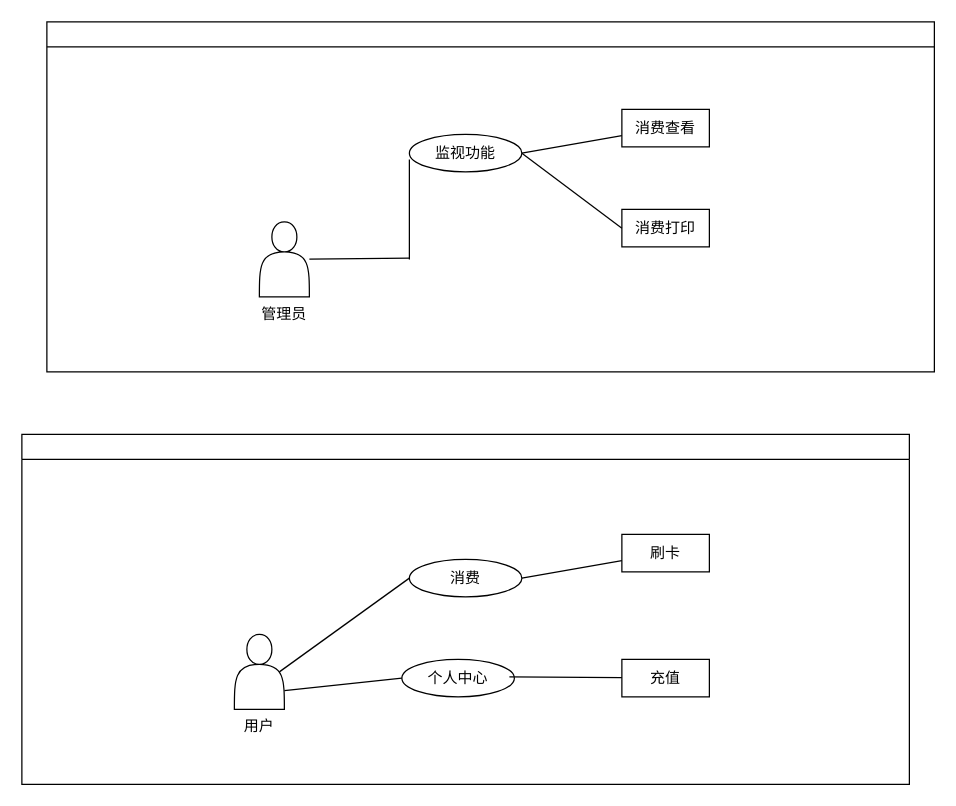
Above: 用例图.drawio in wdnb/UML (draw.io), before the change. Source tidied: cells renumbered, new cells numbered last; positions are measured from the earlier drawing's top-left corner, leaving out a move shared by most shapes. Both pictures are drawn from the tidied source at 125%, with x=0, y=0 at pixel (21, 21).
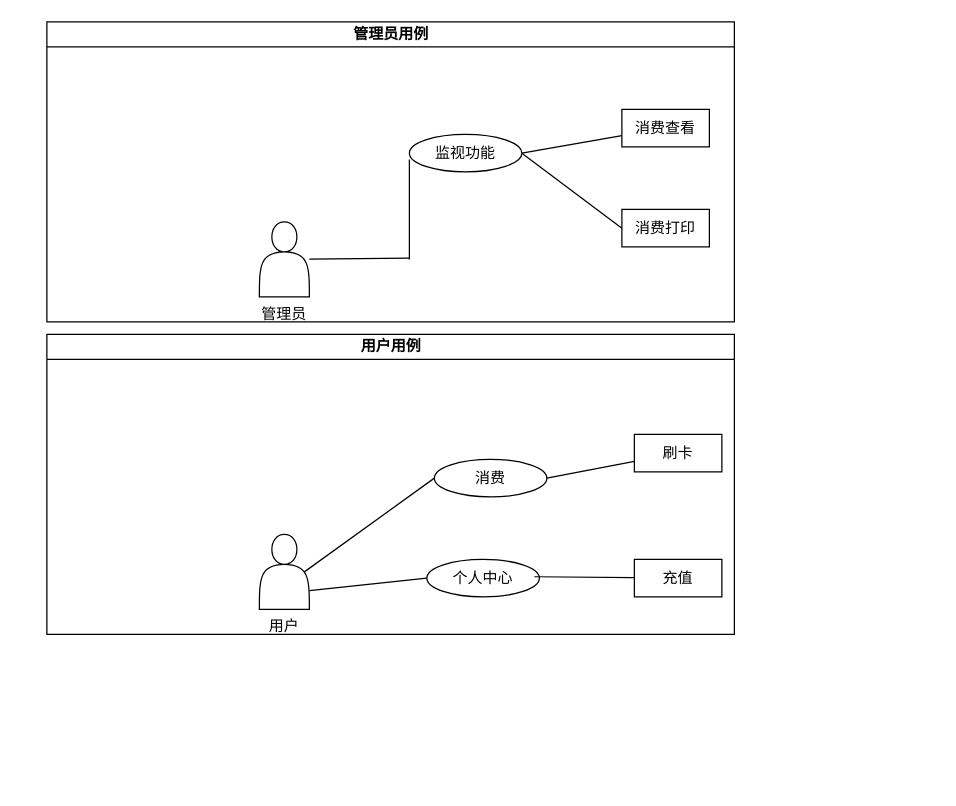
Above is the later version.

Commit message (it also covers changes not shown here):
更新用例图.drawio

The edit, as a diff of the source:
```diff
@@
-    <mxCell id="2" style="swimlane;html=1;startSize=20;horizontal=1;containerType=tree;glass=0;" parent="1" vertex="1">
-      <mxGeometry x="20" width="710" height="280" as="geometry" />
+    <mxCell id="2" value="管理员用例" style="swimlane;html=1;startSize=20;horizontal=1;containerType=tree;glass=0;" parent="1" vertex="1">
+      <mxGeometry x="20" width="550" height="240" as="geometry" />
     </mxCell>
@@
-    <mxCell id="11" style="swimlane;html=1;startSize=20;horizontal=1;containerType=tree;glass=0;" parent="1" vertex="1">
-      <mxGeometry y="330" width="710" height="280" as="geometry" />
+    <mxCell id="11" value="用户用例" style="swimlane;html=1;startSize=20;horizontal=1;containerType=tree;glass=0;" parent="1" vertex="1">
+      <mxGeometry x="20" y="250" width="550" height="240" as="geometry" />
     </mxCell>
@@
     <mxCell id="13" value="刷卡" style="rounded=0;whiteSpace=wrap;html=1;" parent="11" vertex="1">
-      <mxGeometry x="480" y="80" width="70" height="30" as="geometry" />
+      <mxGeometry x="470" y="80" width="70" height="30" as="geometry" />
     </mxCell>
@@
     <mxCell id="19" value="充值" style="rounded=0;whiteSpace=wrap;html=1;" parent="11" vertex="1">
-      <mxGeometry x="480" y="180" width="70" height="30" as="geometry" />
+      <mxGeometry x="470" y="180" width="70" height="30" as="geometry" />
     </mxCell>
```
